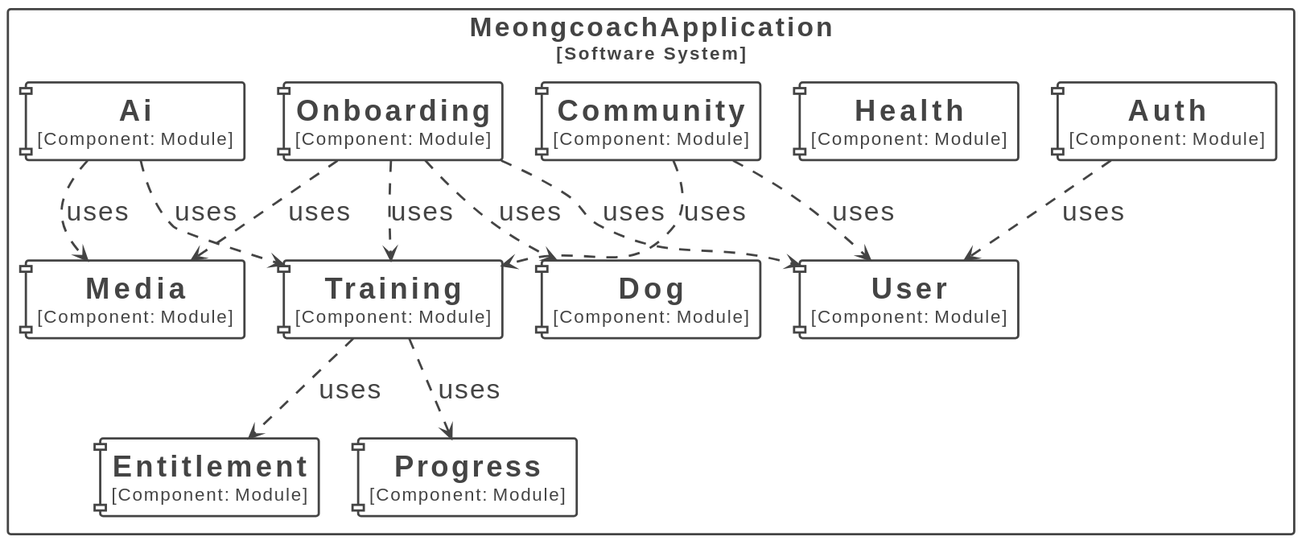
The PlantUML diagram docs/images/module-dependencies.svg in DaeSaBu/meongcoach-BE, before a commit.
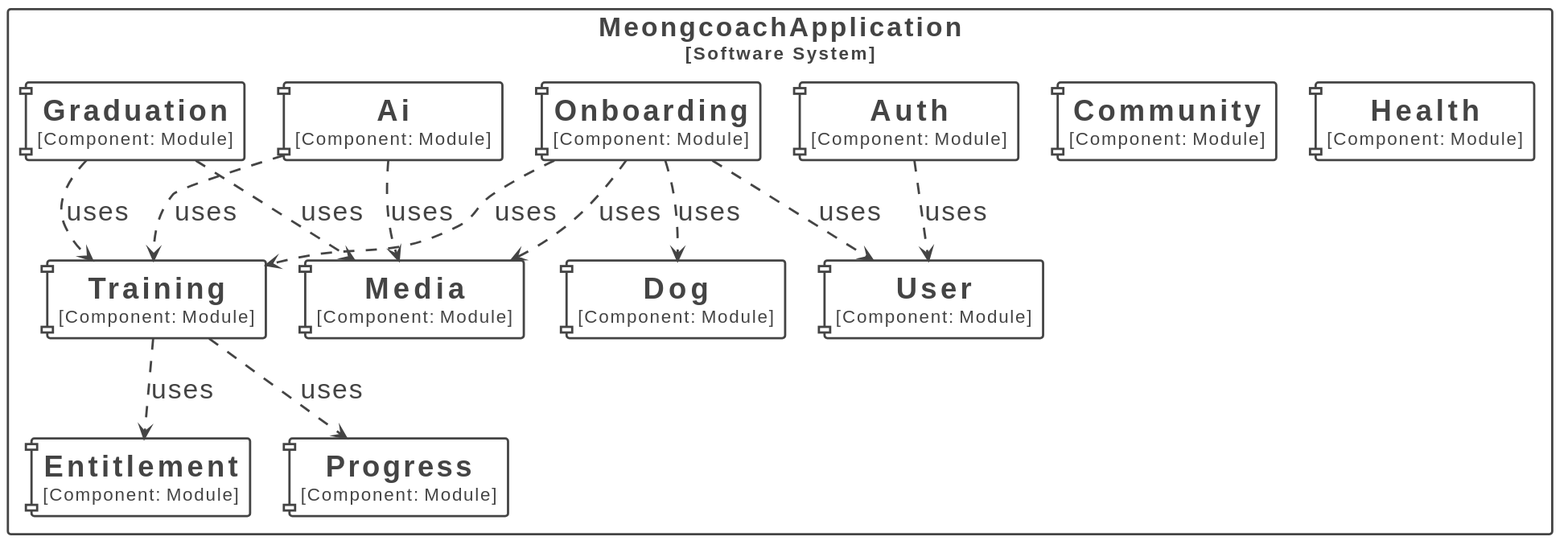
Later version of the same file.

Commit message:
docs(graduation): graduation 모듈을 아키텍처 문서와 모듈 의존 다이어그램에 추가

What changed in the source:
```diff
@@ -46,28 +46,29 @@
 </style>
 
 rectangle "MeongcoachApplication\n<size:16>[Software System]</size>" <<Boundary-TWVvbmdjb2FjaEFwcGxpY2F0aW9u>> {
+  component "==Auth\n<size:16>[Component: Module]</size>" <<Element-RWxlbWVudCxDb21wb25lbnQ=>> as MeongcoachApplication.MeongcoachApplication.Auth
   component "==Training\n<size:16>[Component: Module]</size>" <<Element-RWxlbWVudCxDb21wb25lbnQ=>> as MeongcoachApplication.MeongcoachApplication.Training
   component "==Ai\n<size:16>[Component: Module]</size>" <<Element-RWxlbWVudCxDb21wb25lbnQ=>> as MeongcoachApplication.MeongcoachApplication.Ai
+  component "==Graduation\n<size:16>[Component: Module]</size>" <<Element-RWxlbWVudCxDb21wb25lbnQ=>> as MeongcoachApplication.MeongcoachApplication.Graduation
+  component "==Onboarding\n<size:16>[Component: Module]</size>" <<Element-RWxlbWVudCxDb21wb25lbnQ=>> as MeongcoachApplication.MeongcoachApplication.Onboarding
   component "==Community\n<size:16>[Component: Module]</size>" <<Element-RWxlbWVudCxDb21wb25lbnQ=>> as MeongcoachApplication.MeongcoachApplication.Community
-  component "==Onboarding\n<size:16>[Component: Module]</size>" <<Element-RWxlbWVudCxDb21wb25lbnQ=>> as MeongcoachApplication.MeongcoachApplication.Onboarding
   component "==Dog\n<size:16>[Component: Module]</size>" <<Element-RWxlbWVudCxDb21wb25lbnQ=>> as MeongcoachApplication.MeongcoachApplication.Dog
   component "==Entitlement\n<size:16>[Component: Module]</size>" <<Element-RWxlbWVudCxDb21wb25lbnQ=>> as MeongcoachApplication.MeongcoachApplication.Entitlement
   component "==Health\n<size:16>[Component: Module]</size>" <<Element-RWxlbWVudCxDb21wb25lbnQ=>> as MeongcoachApplication.MeongcoachApplication.Health
   component "==Media\n<size:16>[Component: Module]</size>" <<Element-RWxlbWVudCxDb21wb25lbnQ=>> as MeongcoachApplication.MeongcoachApplication.Media
   component "==Progress\n<size:16>[Component: Module]</size>" <<Element-RWxlbWVudCxDb21wb25lbnQ=>> as MeongcoachApplication.MeongcoachApplication.Progress
   component "==User\n<size:16>[Component: Module]</size>" <<Element-RWxlbWVudCxDb21wb25lbnQ=>> as MeongcoachApplication.MeongcoachApplication.User
-  component "==Auth\n<size:16>[Component: Module]</size>" <<Element-RWxlbWVudCxDb21wb25lbnQ=>> as MeongcoachApplication.MeongcoachApplication.Auth
 }
 
-MeongcoachApplication.MeongcoachApplication.Community --> MeongcoachApplication.MeongcoachApplication.User <<Relationship-UmVsYXRpb25zaGlw>> : "uses"
-MeongcoachApplication.MeongcoachApplication.Community --> MeongcoachApplication.MeongcoachApplication.Training <<Relationship-UmVsYXRpb25zaGlw>> : "uses"
-MeongcoachApplication.MeongcoachApplication.Training --> MeongcoachApplication.MeongcoachApplication.Progress <<Relationship-UmVsYXRpb25zaGlw>> : "uses"
-MeongcoachApplication.MeongcoachApplication.Training --> MeongcoachApplication.MeongcoachApplication.Entitlement <<Relationship-UmVsYXRpb25zaGlw>> : "uses"
+MeongcoachApplication.MeongcoachApplication.Auth --> MeongcoachApplication.MeongcoachApplication.User <<Relationship-UmVsYXRpb25zaGlw>> : "uses"
 MeongcoachApplication.MeongcoachApplication.Ai --> MeongcoachApplication.MeongcoachApplication.Training <<Relationship-UmVsYXRpb25zaGlw>> : "uses"
 MeongcoachApplication.MeongcoachApplication.Ai --> MeongcoachApplication.MeongcoachApplication.Media <<Relationship-UmVsYXRpb25zaGlw>> : "uses"
+MeongcoachApplication.MeongcoachApplication.Graduation --> MeongcoachApplication.MeongcoachApplication.Training <<Relationship-UmVsYXRpb25zaGlw>> : "uses"
+MeongcoachApplication.MeongcoachApplication.Graduation --> MeongcoachApplication.MeongcoachApplication.Media <<Relationship-UmVsYXRpb25zaGlw>> : "uses"
 MeongcoachApplication.MeongcoachApplication.Onboarding --> MeongcoachApplication.MeongcoachApplication.User <<Relationship-UmVsYXRpb25zaGlw>> : "uses"
 MeongcoachApplication.MeongcoachApplication.Onboarding --> MeongcoachApplication.MeongcoachApplication.Dog <<Relationship-UmVsYXRpb25zaGlw>> : "uses"
 MeongcoachApplication.MeongcoachApplication.Onboarding --> MeongcoachApplication.MeongcoachApplication.Media <<Relationship-UmVsYXRpb25zaGlw>> : "uses"
 MeongcoachApplication.MeongcoachApplication.Onboarding --> MeongcoachApplication.MeongcoachApplication.Training <<Relationship-UmVsYXRpb25zaGlw>> : "uses"
-MeongcoachApplication.MeongcoachApplication.Auth --> MeongcoachApplication.MeongcoachApplication.User <<Relationship-UmVsYXRpb25zaGlw>> : "uses"
+MeongcoachApplication.MeongcoachApplication.Training --> MeongcoachApplication.MeongcoachApplication.Progress <<Relationship-UmVsYXRpb25zaGlw>> : "uses"
+MeongcoachApplication.MeongcoachApplication.Training --> MeongcoachApplication.MeongcoachApplication.Entitlement <<Relationship-UmVsYXRpb25zaGlw>> : "uses"
 @enduml
```
